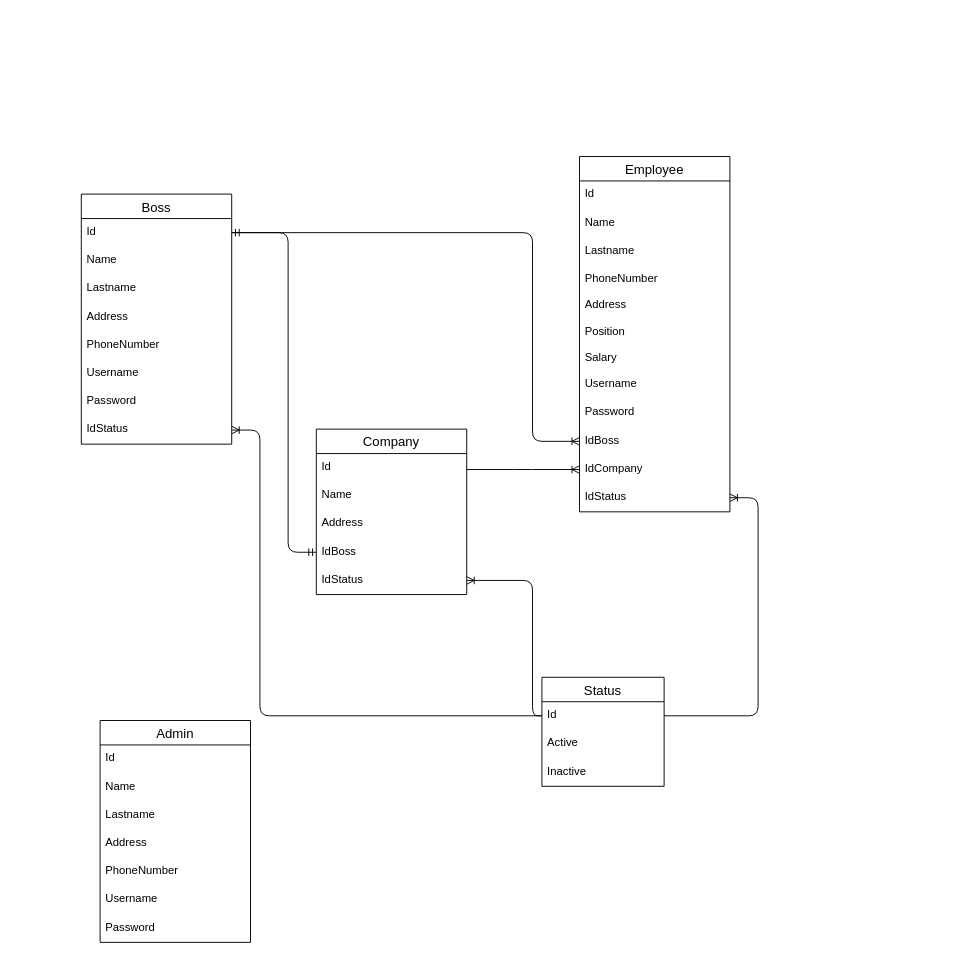
The draw.io diagram DIAGRAMAS/dataBase.drawio in KenyaPaiz/NominaApi, before the edit. Source tidied: cells renumbered, new cells numbered last; positions are measured from the earlier drawing's top-left corner, leaving out a move shared by most shapes. Both pictures are drawn from the tidied source at 94%, with x=0, y=0 at pixel (81, 156).
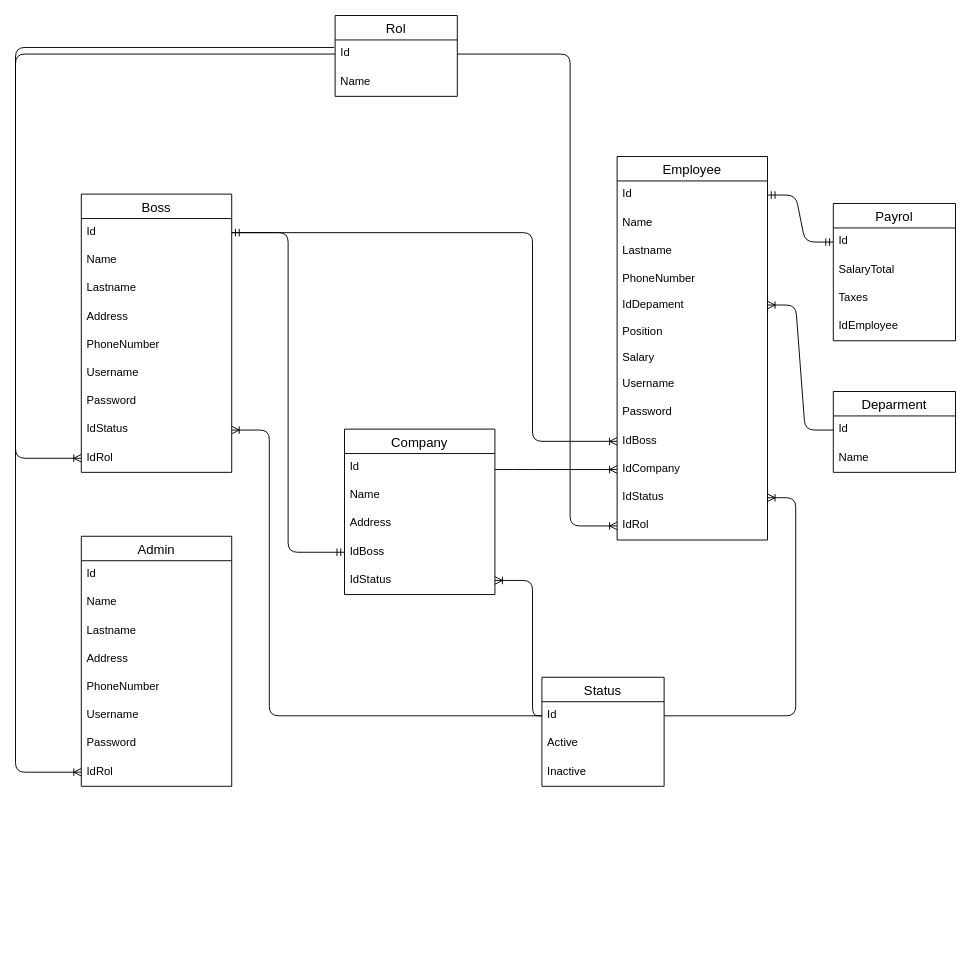
The same diagram, later.

Unchanged cells that the change refers to:
```xml
<mxCell id="11" value="Id" style="text;strokeColor=none;fillColor=none;spacingLeft=4;spacingRight=4;overflow=hidden;points=[[0,0.5],[1,0.5]];portConstraint=eastwest;fontSize=12;" parent="10" vertex="1">
  <mxGeometry y="26" width="160" height="30" as="geometry" />
</mxCell>
<mxCell id="21" value="IdCompany&#10;" style="text;strokeColor=none;fillColor=none;spacingLeft=4;spacingRight=4;overflow=hidden;points=[[0,0.5],[1,0.5]];portConstraint=eastwest;fontSize=12;" parent="10" vertex="1">
  <mxGeometry y="318" width="160" height="30" as="geometry" />
</mxCell>
<mxCell id="31" value="IdStatus" style="text;strokeColor=none;fillColor=none;spacingLeft=4;spacingRight=4;overflow=hidden;points=[[0,0.5],[1,0.5]];portConstraint=eastwest;fontSize=12;" parent="23" vertex="1">
  <mxGeometry y="236" width="160" height="30" as="geometry" />
</mxCell>
<mxCell id="41" value="Id" style="text;strokeColor=none;fillColor=none;spacingLeft=4;spacingRight=4;overflow=hidden;points=[[0,0.5],[1,0.5]];portConstraint=eastwest;fontSize=12;" parent="40" vertex="1">
  <mxGeometry y="26" width="130" height="30" as="geometry" />
</mxCell>
```

Diff of the diagram source:
```diff
@@
     <mxCell id="2" value="Admin" style="swimlane;fontStyle=0;horizontal=1;startSize=26;align=center;fontSize=14;" parent="1" vertex="1">
-      <mxGeometry x="20" y="600" width="160" height="236" as="geometry" />
+      <mxGeometry y="404" width="160" height="266" as="geometry" />
     </mxCell>
@@
+    <mxCell id="48" value="IdRol" style="text;strokeColor=none;fillColor=none;spacingLeft=4;spacingRight=4;overflow=hidden;points=[[0,0.5],[1,0.5]];portConstraint=eastwest;fontSize=12;" parent="2" vertex="1">
+      <mxGeometry y="236" width="160" height="30" as="geometry" />
+    </mxCell>
     <mxCell id="10" value="Employee" style="swimlane;fontStyle=0;horizontal=1;startSize=26;align=center;fontSize=14;" parent="1" vertex="1">
-      <mxGeometry x="530" width="160" height="378" as="geometry" />
+      <mxGeometry x="570" width="160" height="408" as="geometry" />
     </mxCell>
@@
-    <mxCell id="15" value="Address" style="text;strokeColor=none;fillColor=none;spacingLeft=4;spacingRight=4;overflow=hidden;points=[[0,0.5],[1,0.5]];portConstraint=eastwest;fontSize=12;" parent="10" vertex="1">
+    <mxCell id="15" value="IdDepament" style="text;strokeColor=none;fillColor=none;spacingLeft=4;spacingRight=4;overflow=hidden;points=[[0,0.5],[1,0.5]];portConstraint=eastwest;fontSize=12;" parent="10" vertex="1">
       <mxGeometry y="144" width="160" height="28" as="geometry" />
     </mxCell>
@@
+    <mxCell id="49" value="IdRol" style="text;strokeColor=none;fillColor=none;spacingLeft=4;spacingRight=4;overflow=hidden;points=[[0,0.5],[1,0.5]];portConstraint=eastwest;fontSize=12;" parent="10" vertex="1">
+      <mxGeometry y="378" width="160" height="30" as="geometry" />
+    </mxCell>
     <mxCell id="23" value="Boss" style="swimlane;fontStyle=0;horizontal=1;startSize=26;align=center;fontSize=14;" parent="1" vertex="1">
-      <mxGeometry y="40" width="160" height="266" as="geometry" />
+      <mxGeometry y="40" width="160" height="296" as="geometry" />
     </mxCell>
@@
+    <mxCell id="50" value="IdRol" style="text;strokeColor=none;fillColor=none;spacingLeft=4;spacingRight=4;overflow=hidden;points=[[0,0.5],[1,0.5]];portConstraint=eastwest;fontSize=12;" parent="23" vertex="1">
+      <mxGeometry y="266" width="160" height="30" as="geometry" />
+    </mxCell>
     <mxCell id="32" value="Company" style="swimlane;fontStyle=0;horizontal=1;startSize=26;align=center;fontSize=14;" parent="1" vertex="1">
-      <mxGeometry x="250" y="290" width="160" height="176" as="geometry" />
+      <mxGeometry x="280" y="290" width="160" height="176" as="geometry" />
     </mxCell>
@@
     <mxCell id="45" style="edgeStyle=elbowEdgeStyle;fontSize=12;html=1;endArrow=ERoneToMany;exitX=0;exitY=0.5;exitDx=0;exitDy=0;entryX=1;entryY=0.5;entryDx=0;entryDy=0;" parent="1" edge="1" source="41" target="31">
       <mxGeometry relative="1" as="geometry">
         <Array as="points">
-          <mxPoint x="190" y="440" />
+          <mxPoint x="200" y="450" />
         </Array>
       </mxGeometry>
     </mxCell>
     <mxCell id="46" style="edgeStyle=elbowEdgeStyle;fontSize=12;html=1;endArrow=ERoneToMany;entryX=0;entryY=0.5;entryDx=0;entryDy=0;" parent="1" edge="1" target="21">
       <mxGeometry relative="1" as="geometry">
-        <mxPoint x="410" y="333" as="sourcePoint" />
+        <mxPoint x="440" y="333" as="sourcePoint" />
         <Array as="points">
           <mxPoint x="470" y="340" />
         </Array>
       </mxGeometry>
     </mxCell>
@@
+    <mxCell id="51" value="Payrol" style="swimlane;fontStyle=0;horizontal=1;startSize=26;align=center;fontSize=14;" parent="1" vertex="1">
+      <mxGeometry x="800" y="50" width="130" height="146" as="geometry" />
+    </mxCell>
+    <mxCell id="52" value="Id" style="text;strokeColor=none;fillColor=none;spacingLeft=4;spacingRight=4;overflow=hidden;points=[[0,0.5],[1,0.5]];portConstraint=eastwest;fontSize=12;" parent="51" vertex="1">
+      <mxGeometry y="26" width="130" height="30" as="geometry" />
+    </mxCell>
+    <mxCell id="53" value="SalaryTotal" style="text;strokeColor=none;fillColor=none;spacingLeft=4;spacingRight=4;overflow=hidden;fontSize=12;" parent="51" vertex="1">
+      <mxGeometry y="56" width="130" height="30" as="geometry" />
+    </mxCell>
+    <mxCell id="54" value="Taxes" style="text;strokeColor=none;fillColor=none;spacingLeft=4;spacingRight=4;overflow=hidden;fontSize=12;" parent="51" vertex="1">
+      <mxGeometry y="86" width="130" height="30" as="geometry" />
+    </mxCell>
+    <mxCell id="55" value="IdEmployee" style="text;strokeColor=none;fillColor=none;spacingLeft=4;spacingRight=4;overflow=hidden;fontSize=12;" parent="51" vertex="1">
+      <mxGeometry y="116" width="130" height="30" as="geometry" />
+    </mxCell>
+    <mxCell id="56" value="Rol" style="swimlane;fontStyle=0;horizontal=1;startSize=26;align=center;fontSize=14;" parent="1" vertex="1">
+      <mxGeometry x="270" y="-150" width="130" height="86" as="geometry" />
+    </mxCell>
+    <mxCell id="57" value="Id" style="text;strokeColor=none;fillColor=none;spacingLeft=4;spacingRight=4;overflow=hidden;points=[[0,0.5],[1,0.5]];portConstraint=eastwest;fontSize=12;" parent="56" vertex="1">
+      <mxGeometry y="26" width="130" height="30" as="geometry" />
+    </mxCell>
+    <mxCell id="58" value="Name" style="text;strokeColor=none;fillColor=none;spacingLeft=4;spacingRight=4;overflow=hidden;fontSize=12;" parent="56" vertex="1">
+      <mxGeometry y="56" width="130" height="30" as="geometry" />
+    </mxCell>
+    <mxCell id="59" value="Deparment" style="swimlane;fontStyle=0;horizontal=1;startSize=26;align=center;fontSize=14;" parent="1" vertex="1">
+      <mxGeometry x="800" y="250" width="130" height="86" as="geometry" />
+    </mxCell>
+    <mxCell id="60" value="Id" style="text;strokeColor=none;fillColor=none;spacingLeft=4;spacingRight=4;overflow=hidden;points=[[0,0.5],[1,0.5]];portConstraint=eastwest;fontSize=12;" parent="59" vertex="1">
+      <mxGeometry y="26" width="130" height="30" as="geometry" />
+    </mxCell>
+    <mxCell id="61" value="Name" style="text;strokeColor=none;fillColor=none;spacingLeft=4;spacingRight=4;overflow=hidden;fontSize=12;" parent="59" vertex="1">
+      <mxGeometry y="56" width="130" height="30" as="geometry" />
+    </mxCell>
+    <mxCell id="62" style="edgeStyle=elbowEdgeStyle;fontSize=12;html=1;endArrow=ERoneToMany;exitX=1;exitY=0.5;exitDx=0;exitDy=0;entryX=0;entryY=0.5;entryDx=0;entryDy=0;" parent="1" edge="1" source="57" target="49">
+      <mxGeometry relative="1" as="geometry">
+        <Array as="points">
+          <mxPoint x="520" y="140" />
+        </Array>
+      </mxGeometry>
+    </mxCell>
+    <mxCell id="63" style="fontSize=12;html=1;endArrow=ERoneToMany;edgeStyle=orthogonalEdgeStyle;exitX=-0.008;exitY=0.267;exitDx=0;exitDy=0;exitPerimeter=0;entryX=0;entryY=0.5;entryDx=0;entryDy=0;" parent="1" edge="1" source="57" target="48">
+      <mxGeometry relative="1" as="geometry">
+        <Array as="points">
+          <mxPoint x="-70" y="-116" />
+          <mxPoint x="-70" y="655" />
+        </Array>
+      </mxGeometry>
+    </mxCell>
+    <mxCell id="64" style="edgeStyle=orthogonalEdgeStyle;fontSize=12;html=1;endArrow=ERoneToMany;exitX=0;exitY=0.5;exitDx=0;exitDy=0;entryX=0;entryY=0.5;entryDx=0;entryDy=0;" parent="1" edge="1" source="57" target="50">
+      <mxGeometry relative="1" as="geometry">
+        <Array as="points">
+          <mxPoint x="-70" y="-109" />
+          <mxPoint x="-70" y="321" />
+        </Array>
+      </mxGeometry>
+    </mxCell>
+    <mxCell id="65" style="edgeStyle=entityRelationEdgeStyle;fontSize=12;html=1;endArrow=ERmandOne;startArrow=ERmandOne;exitX=1;exitY=0.5;exitDx=0;exitDy=0;" parent="1" edge="1" source="11" target="52">
+      <mxGeometry relative="1" as="geometry" />
+    </mxCell>
+    <mxCell id="66" style="edgeStyle=entityRelationEdgeStyle;fontSize=12;html=1;endArrow=ERoneToMany;entryX=1;entryY=0.5;entryDx=0;entryDy=0;exitX=0;exitY=0.5;exitDx=0;exitDy=0;" parent="1" edge="1" source="60" target="15">
+      <mxGeometry relative="1" as="geometry" />
+    </mxCell>
```
